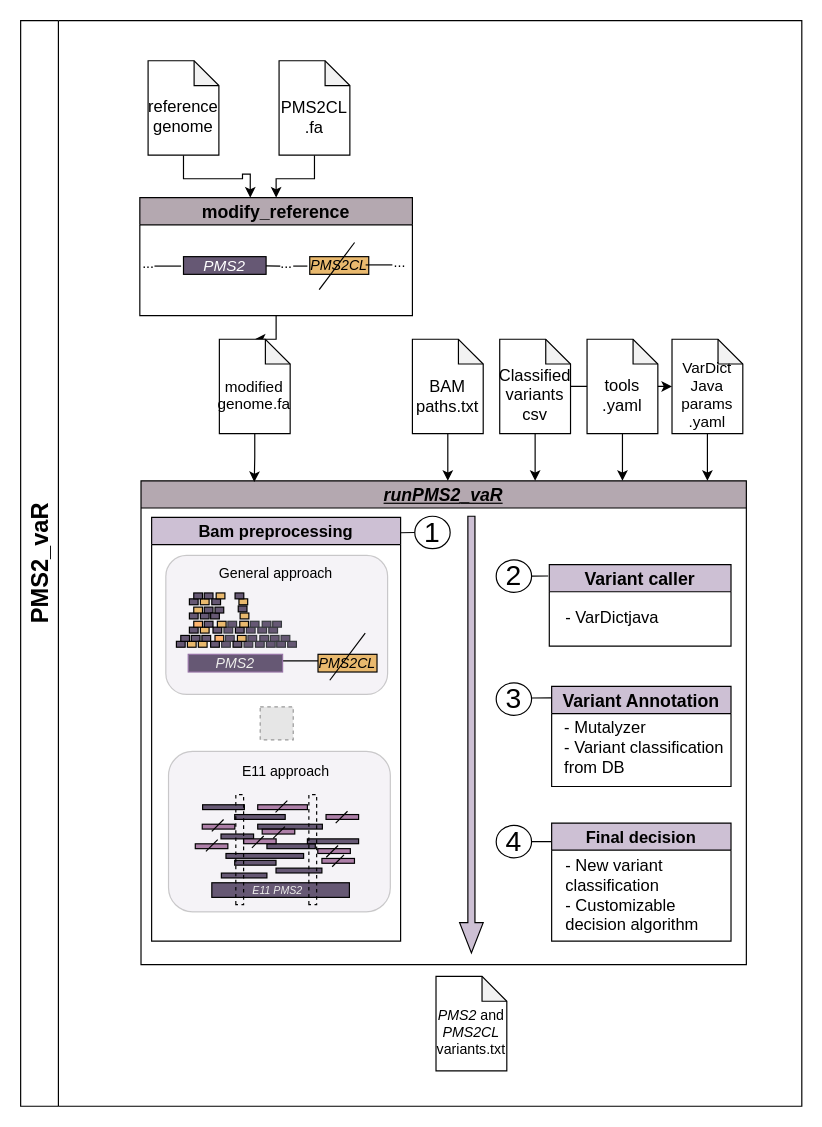
Before: WF/Figure1.drawio in emunte/PMS2_vaR, a draw.io diagram. Source tidied: cells renumbered, new cells numbered last; positions are measured from the earlier drawing's top-left corner, leaving out a move shared by most shapes. Both pictures are drawn from the tidied source at 118%, with x=0, y=0 at pixel (20, 20). Pictures stored in the file or linked from it are replaced by grey dashed boxes.
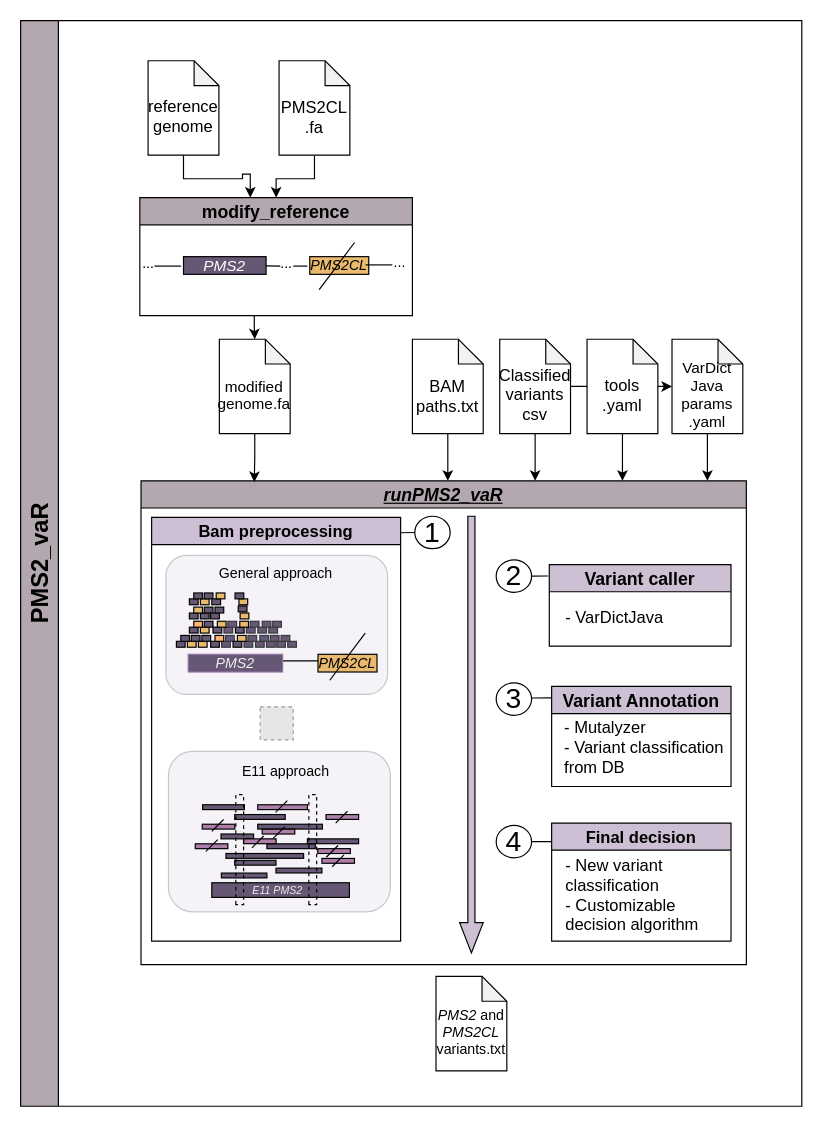
Above is the later version.

The change refers to these unchanged cells:
```xml
<mxCell id="52" value="&lt;font style=&quot;font-size: 15px;&quot;&gt;modify_reference&lt;/font&gt;" style="swimlane;whiteSpace=wrap;html=1;startSize=23;fillColor=#b4a8b0;" parent="1" vertex="1">
  <mxGeometry x="101" y="150" width="231" height="100" as="geometry" />
</mxCell>
<mxCell id="67" value="&lt;div style=&quot;font-size: 13px;&quot;&gt;&lt;font style=&quot;font-size: 13px;&quot;&gt;&lt;br&gt;&lt;/font&gt;&lt;/div&gt;&lt;div style=&quot;font-size: 13px;&quot;&gt;&lt;font style=&quot;font-size: 13px;&quot;&gt;modified genome.fa&lt;font style=&quot;font-size: 13px;&quot;&gt;&lt;br&gt;&lt;/font&gt;&lt;/font&gt;&lt;/div&gt;" style="shape=note;whiteSpace=wrap;html=1;backgroundOutline=1;darkOpacity=0.05;size=21;" parent="1" vertex="1">
  <mxGeometry x="168.4" y="270" width="60" height="80" as="geometry" />
</mxCell>
```

The edit, as a diff of the source:
```diff
@@
     <mxCell id="51" style="edgeStyle=orthogonalEdgeStyle;rounded=0;jettySize=auto;html=1;entryX=0.5;entryY=0;entryDx=0;entryDy=0;entryPerimeter=0;" parent="1" edge="1" source="52" target="67">
-      <mxGeometry relative="1" as="geometry" />
+      <mxGeometry relative="1" as="geometry">
+        <Array as="points">
+          <mxPoint x="198" y="260" />
+          <mxPoint x="198" y="260" />
+        </Array>
+      </mxGeometry>
     </mxCell>
@@
-    <mxCell id="126" value="&lt;font style=&quot;font-size: 20px;&quot;&gt;PMS2_vaR&lt;/font&gt;" style="swimlane;horizontal=0;whiteSpace=wrap;html=1;startSize=32;" parent="1" vertex="1">
+    <mxCell id="126" value="&lt;font style=&quot;font-size: 20px;&quot;&gt;PMS2_vaR&lt;/font&gt;" style="swimlane;horizontal=0;whiteSpace=wrap;html=1;startSize=32;fillColor=#b4a8b0;" parent="1" vertex="1">
       <mxGeometry width="662" height="920" as="geometry" />
     </mxCell>
@@
-    <mxCell id="130" value="&lt;div align=&quot;left&quot;&gt;&lt;font style=&quot;font-size: 14px;&quot;&gt;- VarDictjava&lt;/font&gt;&lt;/div&gt;" style="text;html=1;align=left;verticalAlign=middle;strokeColor=none;fillColor=none;" parent="126" vertex="1">
-      <mxGeometry x="460" y="491" width="100" height="30" as="geometry" />
+    <mxCell id="130" value="&lt;div align=&quot;left&quot;&gt;&lt;font style=&quot;font-size: 14px;&quot;&gt;- VarDictJava&lt;/font&gt;&lt;/div&gt;" style="text;html=1;align=left;verticalAlign=middle;strokeColor=none;fillColor=none;" parent="126" vertex="1">
+      <mxGeometry x="460" y="491" width="110" height="30" as="geometry" />
     </mxCell>
```
